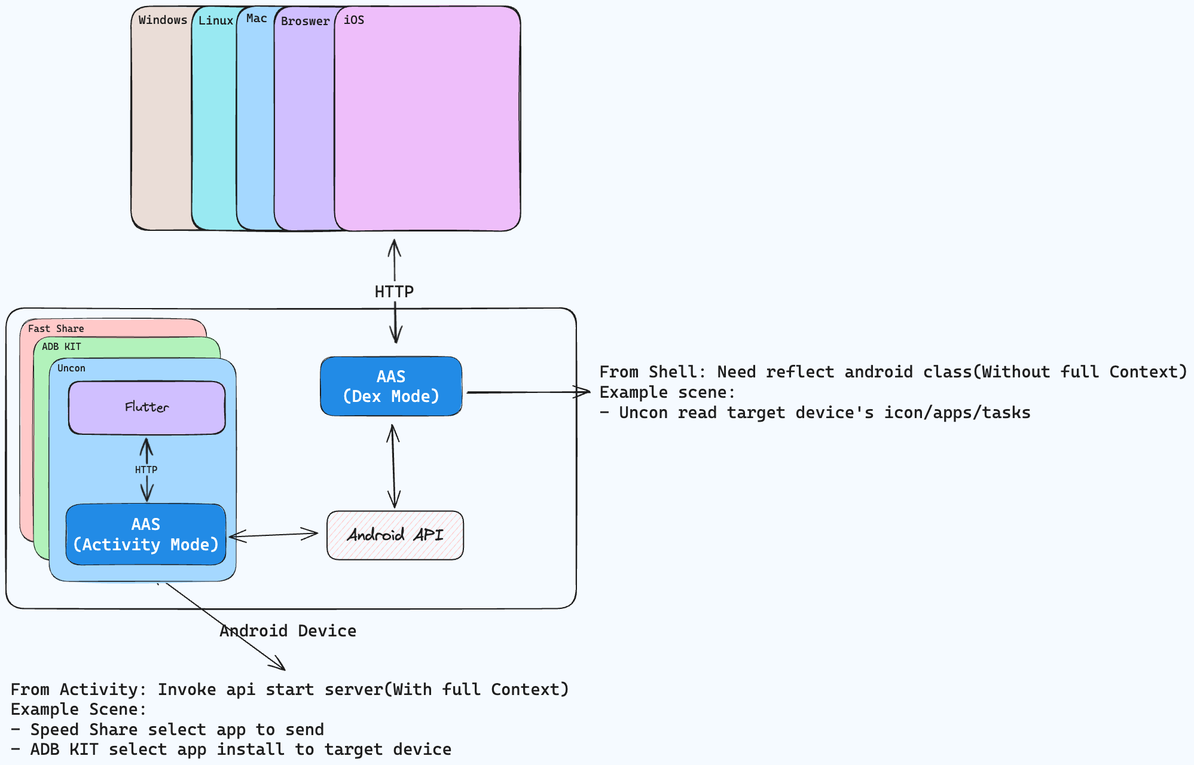
Before: docs/applib.excalidraw.png, a diagram exported from Excalidraw (nightmare-space/applib). Source tidied: one line per element, renumbered; positions are measured from the earlier drawing's top-left corner, leaving out a move shared by most shapes.
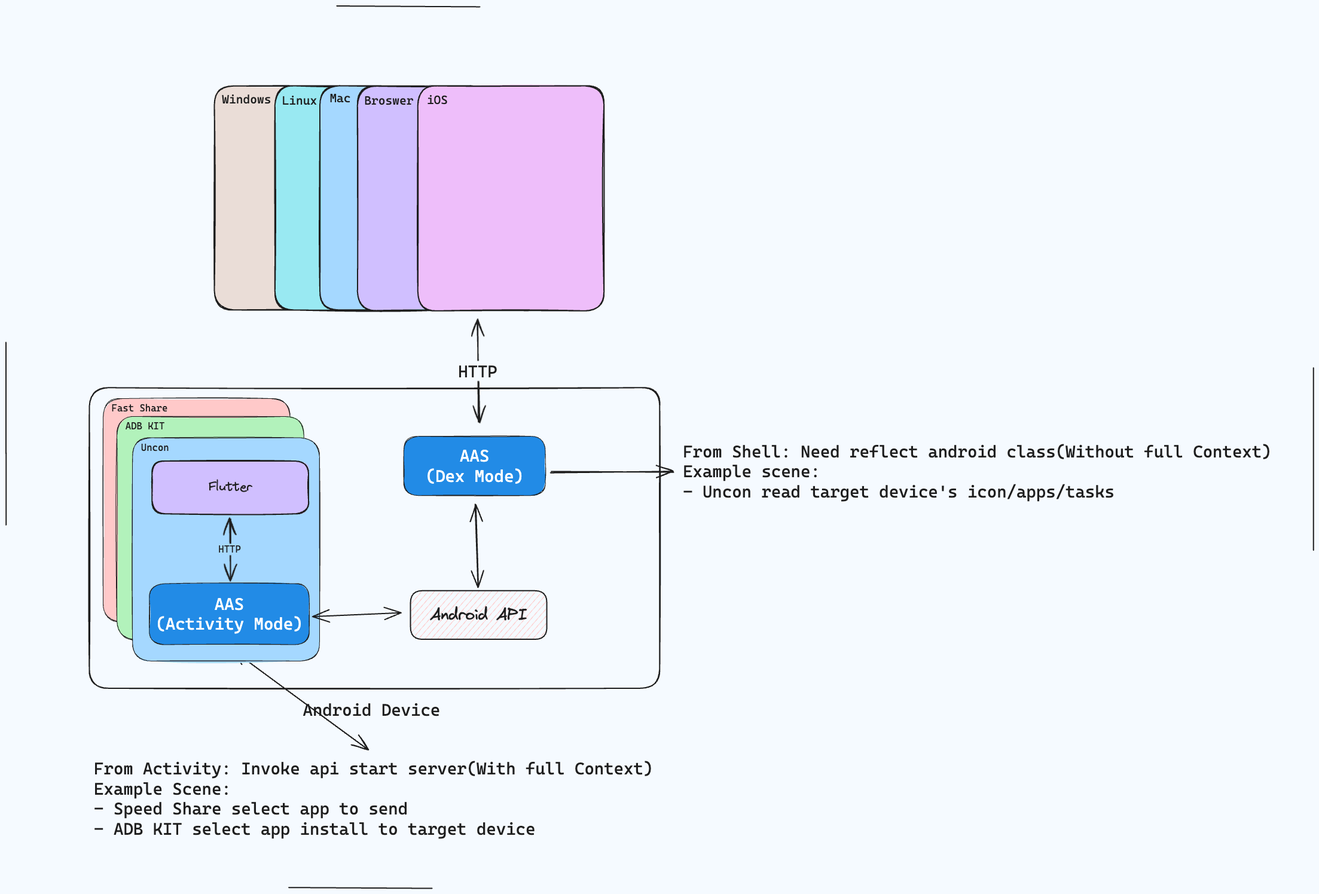
The same diagram one commit later.

Change to the diagram source:
```diff
@@ -35,3 +35,7 @@
 {"id": 34, "type": "text", "text": "Broswer", "strokeColor": "#1e1e1e", "backgroundColor": "#ffec99", "fillStyle": "solid", "strokeWidth": 2, "roughness": 1, "fontSize": 20, "fontFamily": 3, "x": 460, "y": 13, "width": 82, "height": 24}
 {"id": 35, "type": "rectangle", "strokeColor": "#1e1e1e", "backgroundColor": "#eebefa", "fillStyle": "solid", "strokeWidth": 2, "roughness": 1, "round": true, "x": 549, "y": 0, "width": 311, "height": 376}
 {"id": 36, "type": "text", "text": "iOS", "strokeColor": "#1e1e1e", "backgroundColor": "#eebefa", "fillStyle": "solid", "strokeWidth": 2, "roughness": 1, "fontSize": 20, "fontFamily": 3, "x": 564, "y": 11, "width": 35, "height": 24}
+{"id": 37, "type": "line", "strokeColor": "#1e1e1e", "backgroundColor": "#d0bfff", "fillStyle": "solid", "strokeWidth": 2, "roughness": 0, "round": true, "x": 414, "y": -133, "width": 239, "height": 1, "points": [[0, 0], [239, 1]]}
+{"id": 38, "type": "line", "strokeColor": "#1e1e1e", "backgroundColor": "#d0bfff", "fillStyle": "solid", "strokeWidth": 2, "roughness": 0, "x": -139, "y": 429, "width": 0, "height": 305, "points": [[0, 0], [0, 305]]}
+{"id": 39, "type": "line", "strokeColor": "#1e1e1e", "backgroundColor": "#d0bfff", "fillStyle": "solid", "strokeWidth": 2, "roughness": 0, "round": true, "x": 334, "y": 1341, "width": 239, "height": 1, "points": [[0, 0], [239, 1]]}
+{"id": 40, "type": "line", "strokeColor": "#1e1e1e", "backgroundColor": "#d0bfff", "fillStyle": "solid", "strokeWidth": 2, "roughness": 0, "x": 2047, "y": 472, "width": 0, "height": 305, "points": [[0, 0], [0, 305]]}
```
